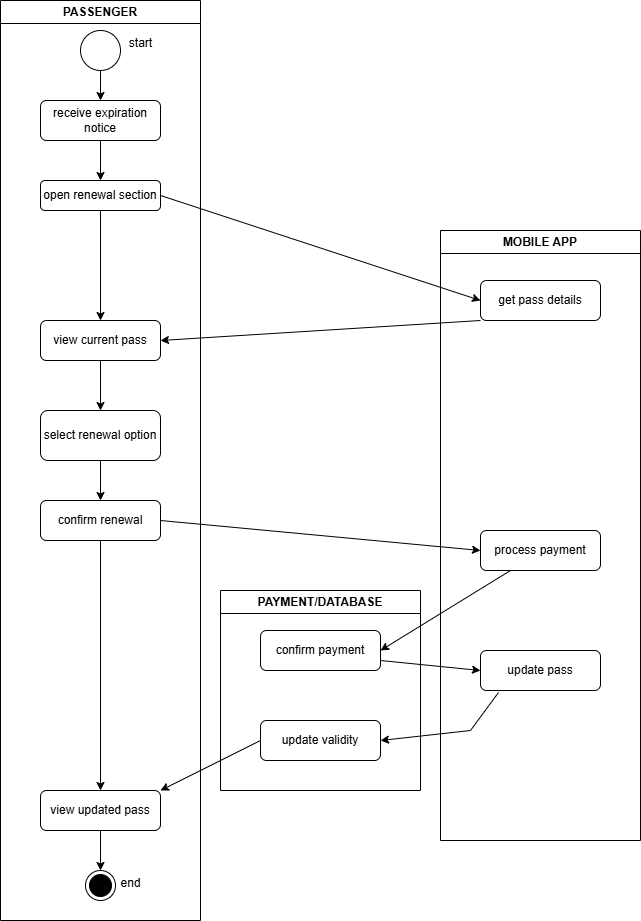
Earlier version of the draw.io export UML Diagrams/Activity Diagrams/scenario10AC.drawio.png (inviona/Software-Engineering-Analysis-and-Design-Project). Source tidied: cells renumbered, new cells last; positions are measured from the earlier drawing's top-left corner, leaving out a move shared by most shapes.
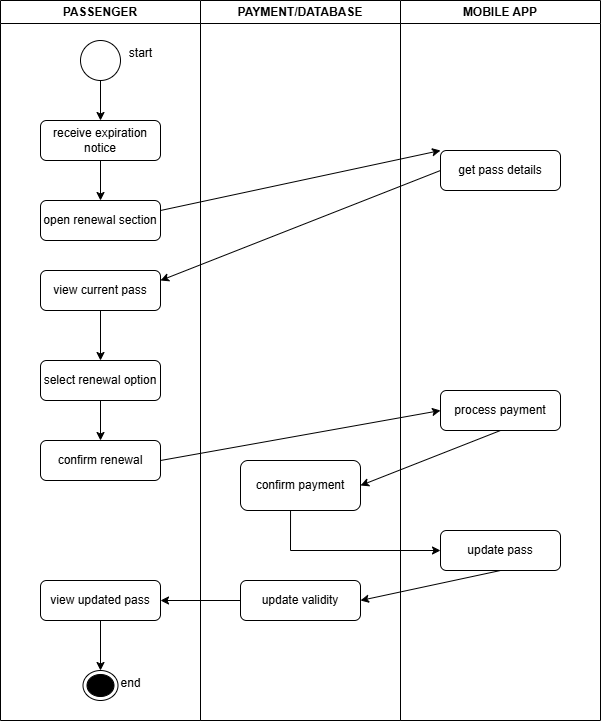
After the change.

Diff of the diagram source:
```diff
@@ -3,104 +3,98 @@
     <mxCell id="0" />
     <mxCell id="1" parent="0" />
     <mxCell id="2" value="PAYMENT/DATABASE" style="swimlane;whiteSpace=wrap;html=1;" parent="1" vertex="1">
-      <mxGeometry x="220" y="590" width="200" height="200" as="geometry" />
+      <mxGeometry x="270" y="-60" width="200" height="720" as="geometry" />
     </mxCell>
     <mxCell id="3" value="confirm payment" style="rounded=1;whiteSpace=wrap;html=1;" parent="2" vertex="1">
-      <mxGeometry x="40" y="40" width="120" height="40" as="geometry" />
+      <mxGeometry x="40" y="460" width="120" height="50" as="geometry" />
     </mxCell>
     <mxCell id="4" value="update validity" style="rounded=1;whiteSpace=wrap;html=1;" parent="2" vertex="1">
-      <mxGeometry x="40" y="130" width="120" height="40" as="geometry" />
+      <mxGeometry x="40" y="580" width="120" height="40" as="geometry" />
     </mxCell>
     <mxCell id="5" value="MOBILE APP" style="swimlane;whiteSpace=wrap;html=1;" parent="1" vertex="1">
-      <mxGeometry x="440" y="230" width="200" height="610" as="geometry" />
+      <mxGeometry x="470" y="-60" width="200" height="720" as="geometry" />
     </mxCell>
     <mxCell id="6" value="get pass details" style="rounded=1;whiteSpace=wrap;html=1;" parent="5" vertex="1">
-      <mxGeometry x="40" y="50" width="120" height="40" as="geometry" />
+      <mxGeometry x="40" y="150" width="120" height="40" as="geometry" />
     </mxCell>
     <mxCell id="7" value="process payment" style="rounded=1;whiteSpace=wrap;html=1;" parent="5" vertex="1">
-      <mxGeometry x="40" y="300" width="120" height="40" as="geometry" />
+      <mxGeometry x="40" y="390" width="120" height="40" as="geometry" />
     </mxCell>
     <mxCell id="8" value="update pass" style="rounded=1;whiteSpace=wrap;html=1;" parent="5" vertex="1">
-      <mxGeometry x="40" y="420" width="120" height="40" as="geometry" />
+      <mxGeometry x="40" y="530" width="120" height="40" as="geometry" />
     </mxCell>
     <mxCell id="9" value="PASSENGER" style="swimlane;whiteSpace=wrap;html=1;" parent="1" vertex="1">
-      <mxGeometry width="200" height="920" as="geometry" />
+      <mxGeometry x="70" y="-60" width="200" height="720" as="geometry" />
     </mxCell>
-    <mxCell id="10" style="edgeStyle=orthogonalEdgeStyle;rounded=0;jettySize=auto;html=1;" parent="9" edge="1" source="11" target="13">
-      <mxGeometry relative="1" as="geometry" />
-    </mxCell>
-    <mxCell id="11" style="ellipse;whiteSpace=wrap;html=1;" parent="9" vertex="1">
-      <mxGeometry x="80" y="30" width="40" height="40" as="geometry" />
-    </mxCell>
+    <mxCell id="34" style="edgeStyle=orthogonalEdgeStyle;rounded=0;jettySize=auto;html=1;" parent="9" edge="1" source="35" target="13">
+      <mxGeometry relative="1" as="geometry" />
+    </mxCell>
+    <mxCell id="35" style="ellipse;whiteSpace=wrap;html=1;" parent="9" vertex="1">
+      <mxGeometry x="80" y="40" width="40" height="40" as="geometry" />
+    </mxCell>
     <mxCell id="12" style="edgeStyle=orthogonalEdgeStyle;rounded=0;jettySize=auto;html=1;" parent="9" edge="1" source="13" target="15">
       <mxGeometry relative="1" as="geometry" />
     </mxCell>
     <mxCell id="13" value="receive expiration notice" style="rounded=1;whiteSpace=wrap;html=1;" parent="9" vertex="1">
-      <mxGeometry x="40" y="100" width="120" height="40" as="geometry" />
+      <mxGeometry x="40" y="120" width="120" height="40" as="geometry" />
     </mxCell>
-    <mxCell id="14" style="edgeStyle=orthogonalEdgeStyle;rounded=0;jettySize=auto;html=1;" parent="9" edge="1" source="15" target="17">
-      <mxGeometry relative="1" as="geometry" />
-    </mxCell>
     <mxCell id="15" value="open renewal section" style="rounded=1;whiteSpace=wrap;html=1;" parent="9" vertex="1">
-      <mxGeometry x="40" y="180" width="120" height="30" as="geometry" />
+      <mxGeometry x="40" y="200" width="120" height="40" as="geometry" />
     </mxCell>
     <mxCell id="16" style="edgeStyle=orthogonalEdgeStyle;rounded=0;jettySize=auto;html=1;" parent="9" edge="1" source="17" target="19">
       <mxGeometry relative="1" as="geometry" />
     </mxCell>
     <mxCell id="17" value="view current pass" style="rounded=1;whiteSpace=wrap;html=1;" parent="9" vertex="1">
-      <mxGeometry x="40" y="320" width="120" height="40" as="geometry" />
+      <mxGeometry x="40" y="270" width="120" height="40" as="geometry" />
     </mxCell>
     <mxCell id="18" style="edgeStyle=orthogonalEdgeStyle;rounded=0;jettySize=auto;html=1;" parent="9" edge="1" source="19" target="20">
       <mxGeometry relative="1" as="geometry" />
     </mxCell>
     <mxCell id="19" value="select renewal option" style="rounded=1;whiteSpace=wrap;html=1;" parent="9" vertex="1">
-      <mxGeometry x="40" y="410" width="120" height="50" as="geometry" />
+      <mxGeometry x="40" y="360" width="120" height="40" as="geometry" />
     </mxCell>
     <mxCell id="20" value="confirm renewal" style="rounded=1;whiteSpace=wrap;html=1;" parent="9" vertex="1">
-      <mxGeometry x="40" y="500" width="120" height="40" as="geometry" />
+      <mxGeometry x="40" y="440" width="120" height="40" as="geometry" />
     </mxCell>
-    <mxCell id="21" style="edgeStyle=orthogonalEdgeStyle;rounded=0;jettySize=auto;html=1;" parent="9" edge="1" source="22" target="24">
-      <mxGeometry relative="1" as="geometry" />
-    </mxCell>
+    <mxCell id="36" style="edgeStyle=orthogonalEdgeStyle;rounded=0;jettySize=auto;html=1;" parent="9" edge="1" source="22" target="37">
+      <mxGeometry relative="1" as="geometry" />
+    </mxCell>
     <mxCell id="22" value="view updated pass" style="rounded=1;whiteSpace=wrap;html=1;" parent="9" vertex="1">
-      <mxGeometry x="40" y="790" width="120" height="40" as="geometry" />
+      <mxGeometry x="40" y="580" width="120" height="40" as="geometry" />
     </mxCell>
-    <mxCell id="23" style="endArrow=classic;html=1;rounded=0;exitX=0.5;exitY=1;exitDx=0;exitDy=0;entryX=0.5;entryY=0;entryDx=0;entryDy=0;" parent="9" edge="1" source="20" target="22">
-      <mxGeometry relative="1" as="geometry" />
-    </mxCell>
-    <mxCell id="24" style="ellipse;html=1;shape=endState;fillColor=#000000;strokeColor=#000000;" parent="9" vertex="1">
-      <mxGeometry x="85" y="870" width="30" height="30" as="geometry" />
-    </mxCell>
-    <mxCell id="25" style="endArrow=classic;html=1;rounded=0;entryX=0;entryY=0.5;entryDx=0;entryDy=0;exitX=1;exitY=0.5;exitDx=0;exitDy=0;" parent="1" edge="1" source="15" target="6">
-      <mxGeometry relative="1" as="geometry" />
-    </mxCell>
+    <mxCell id="37" style="ellipse;html=1;shape=endState;fillColor=#000000;strokeColor=#000000;" parent="9" vertex="1">
+      <mxGeometry x="82.5" y="670" width="35" height="30" as="geometry" />
+    </mxCell>
-    <mxCell id="26" style="endArrow=classic;html=1;rounded=0;entryX=1;entryY=0.5;entryDx=0;entryDy=0;exitX=0;exitY=1;exitDx=0;exitDy=0;" parent="1" edge="1" source="6" target="17">
+    <mxCell id="26" style="endArrow=classic;html=1;rounded=0;exitX=0;exitY=0.5;exitDx=0;exitDy=0;entryX=1;entryY=0.25;entryDx=0;entryDy=0;" parent="1" edge="1" source="6" target="17">
       <mxGeometry relative="1" as="geometry" />
     </mxCell>
     <mxCell id="27" style="endArrow=classic;html=1;rounded=0;entryX=0;entryY=0.5;entryDx=0;entryDy=0;exitX=1;exitY=0.5;exitDx=0;exitDy=0;" parent="1" edge="1" source="20" target="7">
       <mxGeometry relative="1" as="geometry" />
     </mxCell>
-    <mxCell id="28" style="endArrow=classic;html=1;rounded=0;exitX=0.25;exitY=1;exitDx=0;exitDy=0;entryX=1;entryY=0.5;entryDx=0;entryDy=0;" parent="1" edge="1" source="7" target="3">
+    <mxCell id="28" style="endArrow=classic;html=1;rounded=0;exitX=0.5;exitY=1;exitDx=0;exitDy=0;entryX=1;entryY=0.5;entryDx=0;entryDy=0;" parent="1" edge="1" source="7" target="3">
       <mxGeometry relative="1" as="geometry" />
     </mxCell>
+    <mxCell id="25" style="endArrow=classic;html=1;rounded=0;exitX=1;exitY=0.25;exitDx=0;exitDy=0;entryX=0;entryY=0;entryDx=0;entryDy=0;" parent="1" edge="1" source="15" target="6">
+      <mxGeometry relative="1" as="geometry" />
+    </mxCell>
-    <mxCell id="29" style="endArrow=classic;html=1;rounded=0;entryX=0;entryY=0.5;entryDx=0;entryDy=0;exitX=1;exitY=0.75;exitDx=0;exitDy=0;" parent="1" edge="1" source="3" target="8">
-      <mxGeometry relative="1" as="geometry" />
+    <mxCell id="29" style="endArrow=classic;html=1;rounded=0;entryX=0;entryY=0.5;entryDx=0;entryDy=0;exitX=0.417;exitY=1;exitDx=0;exitDy=0;exitPerimeter=0;" parent="1" edge="1" source="3" target="8">
+      <mxGeometry relative="1" as="geometry">
+        <Array as="points">
+          <mxPoint x="360" y="490" />
+        </Array>
+      </mxGeometry>
     </mxCell>
-    <mxCell id="30" style="endArrow=classic;html=1;rounded=0;exitX=0.15;exitY=1.05;exitDx=0;exitDy=0;exitPerimeter=0;entryX=1;entryY=0.5;entryDx=0;entryDy=0;" parent="1" edge="1" source="8" target="4">
-      <mxGeometry relative="1" as="geometry">
-        <Array as="points">
-          <mxPoint x="470" y="730" />
-        </Array>
-      </mxGeometry>
+    <mxCell id="30" style="endArrow=classic;html=1;rounded=0;exitX=0.5;exitY=1;exitDx=0;exitDy=0;entryX=1;entryY=0.5;entryDx=0;entryDy=0;" parent="1" edge="1" source="8" target="4">
+      <mxGeometry relative="1" as="geometry" />
     </mxCell>
-    <mxCell id="31" style="endArrow=classic;html=1;rounded=0;exitX=0;exitY=0.5;exitDx=0;exitDy=0;entryX=1;entryY=0;entryDx=0;entryDy=0;" parent="1" edge="1" source="4" target="22">
+    <mxCell id="31" style="edgeStyle=orthogonalEdgeStyle;rounded=0;jettySize=auto;html=1;" parent="1" edge="1" source="4" target="22">
       <mxGeometry relative="1" as="geometry" />
     </mxCell>
     <mxCell id="32" value="end" style="text;html=1;align=center;verticalAlign=middle;strokeColor=none;fillColor=none;" parent="1" vertex="1">
-      <mxGeometry x="110" y="868" width="40" height="30" as="geometry" />
+      <mxGeometry x="180" y="608" width="40" height="30" as="geometry" />
     </mxCell>
     <mxCell id="33" value="start" style="text;html=1;align=center;verticalAlign=middle;strokeColor=none;fillColor=none;" parent="1" vertex="1">
-      <mxGeometry x="115" y="28" width="50" height="30" as="geometry" />
+      <mxGeometry x="185" y="-22" width="50" height="30" as="geometry" />
     </mxCell>
   </root>
 </mxGraphModel>
```
